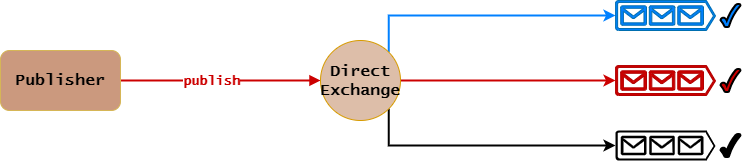
Earlier version of the draw.io export notes/AMQP 0-9-1：模型-img/FaoutExchange.png (xhjian/rabbitmq-notes). Source tidied: cells renumbered, new cells last; positions are measured from the earlier drawing's top-left corner, leaving out a move shared by most shapes.
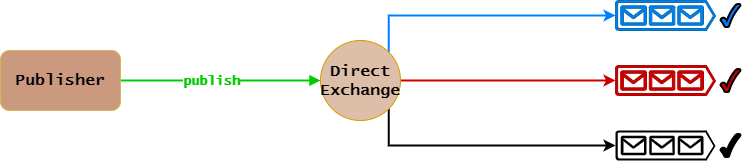
Above is the later version.

The edit, as a diff of the source:
```diff
@@ -2,10 +2,10 @@
   <root>
     <mxCell id="0" />
     <mxCell id="1" parent="0" />
-    <mxCell id="2" style="edgeStyle=orthogonalEdgeStyle;jettySize=auto;html=1;exitX=1;exitY=0.5;exitDx=0;exitDy=0;strokeWidth=2;rounded=1;endArrow=block;endFill=1;fontFamily=Lucida Console;fontStyle=1;strokeColor=#CC0000;" parent="1" edge="1" source="4" target="8">
+    <mxCell id="2" style="edgeStyle=orthogonalEdgeStyle;jettySize=auto;html=1;exitX=1;exitY=0.5;exitDx=0;exitDy=0;strokeWidth=2;rounded=1;endArrow=block;endFill=1;fontFamily=Lucida Console;fontStyle=1;strokeColor=#00CC00;" parent="1" edge="1" source="4" target="8">
       <mxGeometry relative="1" as="geometry" />
     </mxCell>
-    <mxCell id="3" value="publish" style="edgeLabel;html=1;align=center;verticalAlign=middle;fontFamily=Lucida Console;fontStyle=1;fontSize=13;fontColor=#CC0000;" parent="2" vertex="1">
+    <mxCell id="3" value="publish" style="edgeLabel;html=1;align=center;verticalAlign=middle;fontFamily=Lucida Console;fontStyle=1;fontSize=13;fontColor=#00CC00;" parent="2" vertex="1">
       <mxGeometry x="-0.15" y="-1" relative="1" as="geometry">
         <mxPoint x="5" y="-1" as="offset" />
       </mxGeometry>
```
